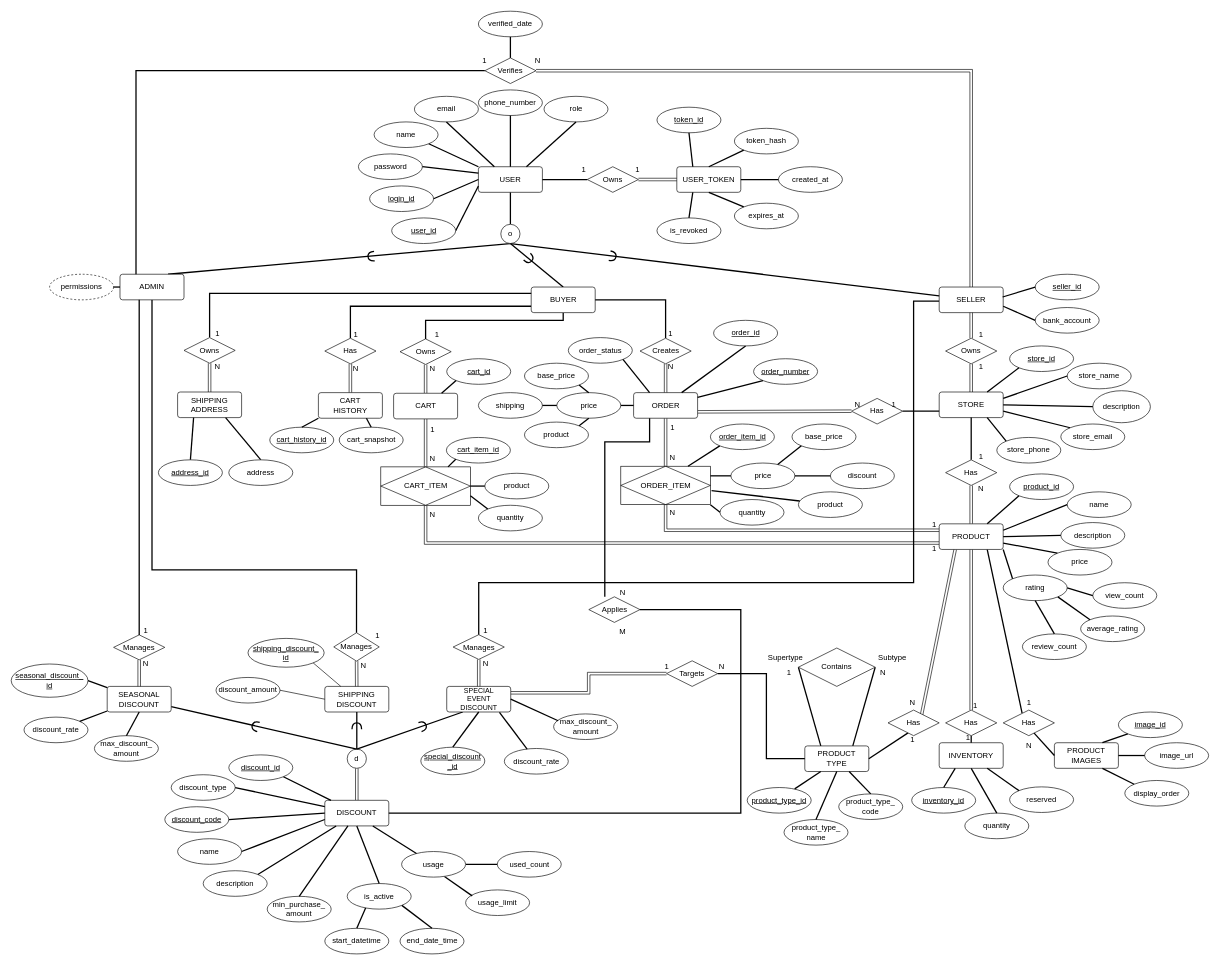
Earlier version of the draw.io diagram references/RT_Mart.drawio.xml (TataOwO/RT-MART). Source tidied: cells renumbered, new cells numbered last; positions are measured from the earlier drawing's top-left corner, leaving out a move shared by most shapes. Both pictures are drawn from the tidied source at 64%, with x=0, y=0 at pixel (11, 11).
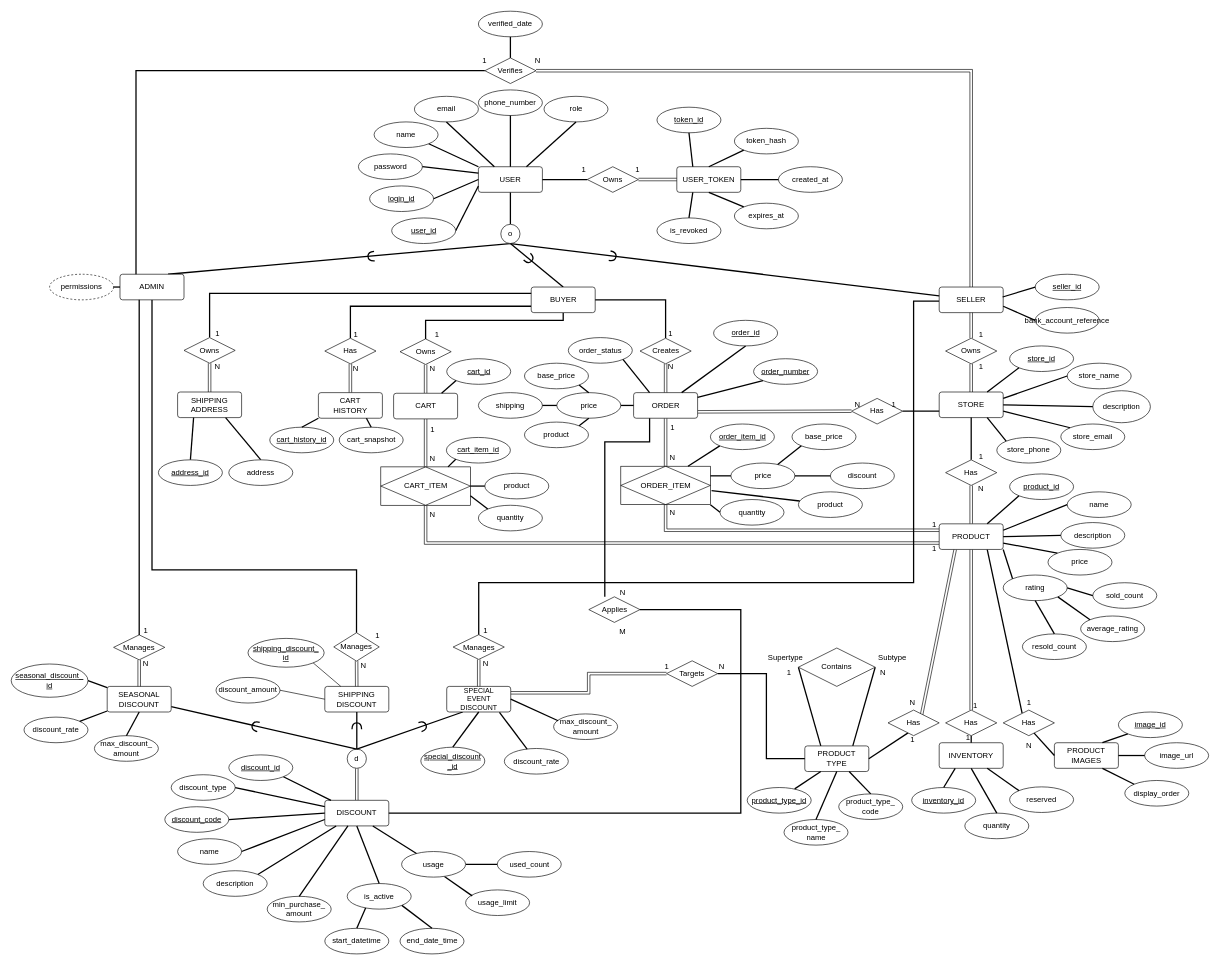
The same page after the edit.

What changed in the source:
```diff
@@
-    <mxCell id="206" value="&lt;span&gt;bank_account&lt;/span&gt;" style="ellipse;whiteSpace=wrap;html=1;align=center;fontStyle=0;" parent="1" vertex="1">
+    <mxCell id="206" value="&lt;span&gt;bank_account_reference&lt;/span&gt;" style="ellipse;whiteSpace=wrap;html=1;align=center;fontStyle=0;" parent="1" vertex="1">
       <mxGeometry x="1600" y="463" width="100" height="40" as="geometry" />
     </mxCell>
@@
-    <mxCell id="240" value="&lt;span&gt;view_count&lt;/span&gt;" style="ellipse;whiteSpace=wrap;html=1;align=center;fontStyle=0;" parent="1" vertex="1">
+    <mxCell id="240" value="&lt;span&gt;sold_count&lt;/span&gt;" style="ellipse;whiteSpace=wrap;html=1;align=center;fontStyle=0;" parent="1" vertex="1">
       <mxGeometry x="1690" y="893" width="100" height="40" as="geometry" />
     </mxCell>
@@
-    <mxCell id="244" value="review_count" style="ellipse;whiteSpace=wrap;html=1;align=center;fontStyle=0;" parent="1" vertex="1">
+    <mxCell id="244" value="resold_count" style="ellipse;whiteSpace=wrap;html=1;align=center;fontStyle=0;" parent="1" vertex="1">
       <mxGeometry x="1580" y="973" width="100" height="40" as="geometry" />
     </mxCell>
```
